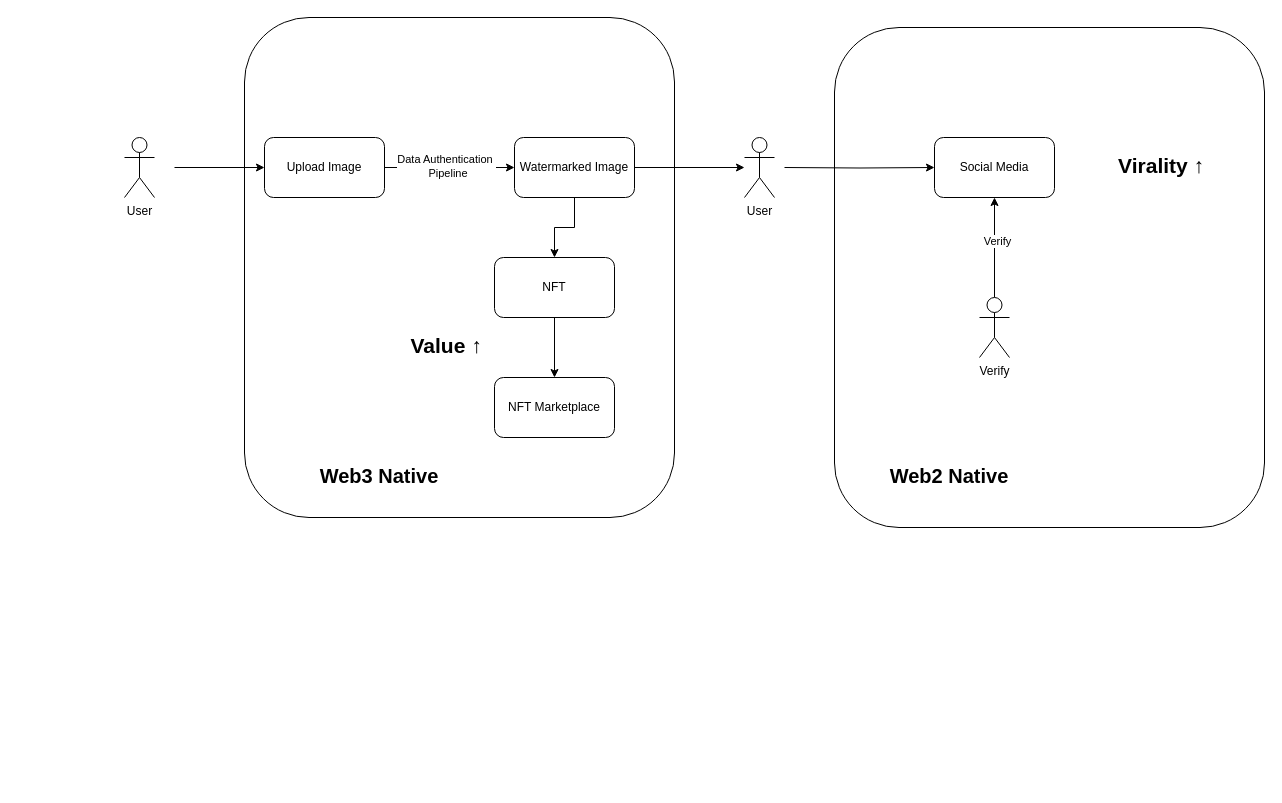
Before: page "Architecture" (1 of 3) of Project.drawio in ChanX21/Project-Diagrams, a draw.io diagram. Source tidied: cells renumbered, new cells numbered last; positions are measured from the earlier drawing's top-left corner, leaving out a move shared by most shapes. Both pictures are drawn from the tidied source at 100%, with x=0, y=0 at pixel (124, 17).
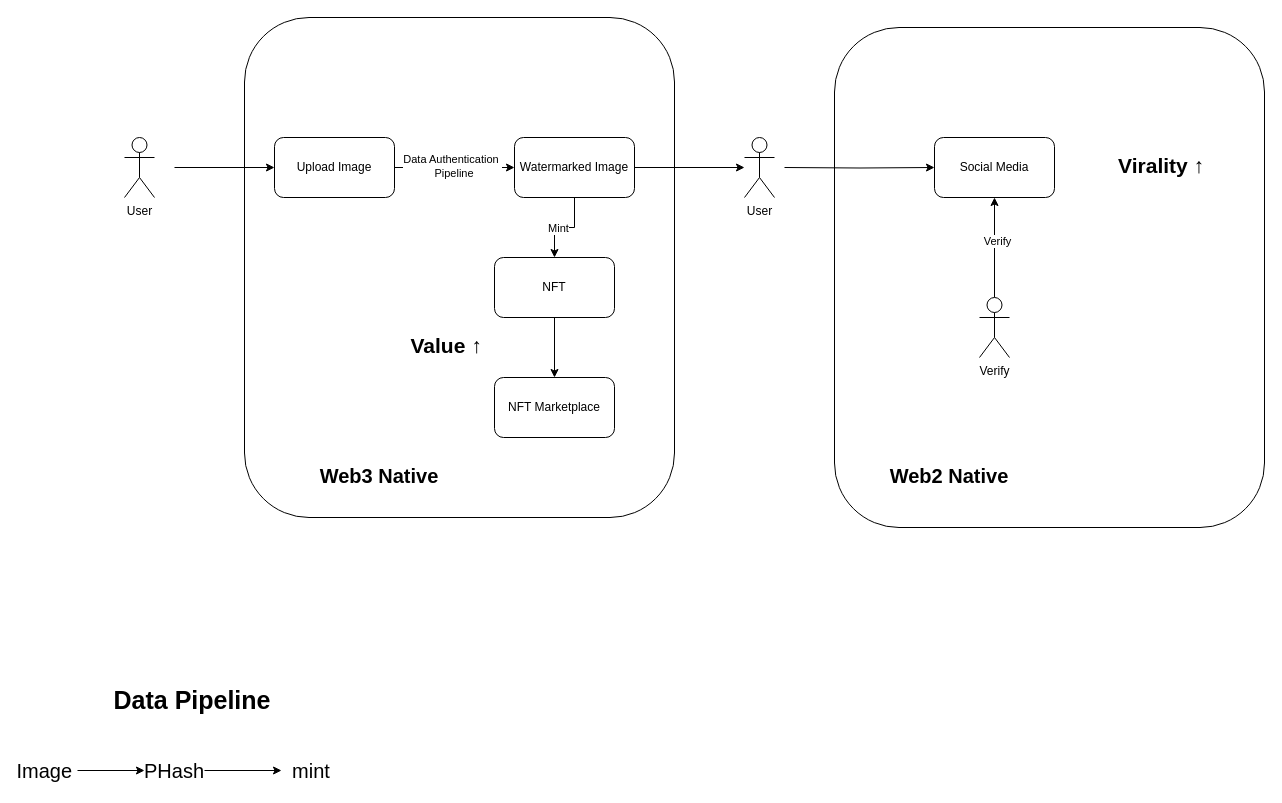
Above is the later version.

The change refers to these unchanged cells:
```xml
<mxCell id="7" style="edgeStyle=orthogonalEdgeStyle;rounded=0;jettySize=auto;html=1;exitX=0.5;exitY=1;exitDx=0;exitDy=0;entryX=0.5;entryY=0;entryDx=0;entryDy=0;" parent="1" edge="1" source="9" target="11">
  <mxGeometry relative="1" as="geometry" />
</mxCell>
```

Diff of the diagram source:
```diff
@@
     <mxCell id="6" value="Upload Image" style="rounded=1;whiteSpace=wrap;html=1;" parent="1" vertex="1">
-      <mxGeometry x="140" y="120" width="120" height="60" as="geometry" />
+      <mxGeometry x="150" y="120" width="120" height="60" as="geometry" />
     </mxCell>
@@
+    <mxCell id="25" value="Mint" style="edgeLabel;html=1;align=center;verticalAlign=middle;" parent="7" vertex="1">
+      <mxGeometry x="0.17" relative="1" as="geometry" />
+    </mxCell>
@@
+    <mxCell id="26" value="Data Pipeline" style="text;html=1;align=center;verticalAlign=middle;whiteSpace=wrap;rounded=0;fontStyle=1;fontSize=25;" parent="1" vertex="1">
+      <mxGeometry x="-57" y="667" width="250" height="30" as="geometry" />
+    </mxCell>
+    <mxCell id="27" style="edgeStyle=orthogonalEdgeStyle;rounded=0;jettySize=auto;html=1;exitX=1;exitY=0.5;exitDx=0;exitDy=0;entryX=0;entryY=0.5;entryDx=0;entryDy=0;" parent="1" edge="1" source="28" target="30">
+      <mxGeometry relative="1" as="geometry" />
+    </mxCell>
+    <mxCell id="28" value="&lt;font style=&quot;font-size: 20px;&quot;&gt;Image&amp;nbsp;&lt;/font&gt;" style="text;html=1;align=center;verticalAlign=middle;whiteSpace=wrap;rounded=0;" parent="1" vertex="1">
+      <mxGeometry x="-107" y="738" width="60" height="30" as="geometry" />
+    </mxCell>
+    <mxCell id="29" style="edgeStyle=orthogonalEdgeStyle;rounded=0;jettySize=auto;html=1;exitX=1;exitY=0.5;exitDx=0;exitDy=0;entryX=0;entryY=0.5;entryDx=0;entryDy=0;" parent="1" edge="1" source="30" target="31">
+      <mxGeometry relative="1" as="geometry" />
+    </mxCell>
+    <mxCell id="30" value="&lt;font style=&quot;font-size: 20px;&quot;&gt;PHash&lt;/font&gt;" style="text;html=1;align=center;verticalAlign=middle;whiteSpace=wrap;rounded=0;" parent="1" vertex="1">
+      <mxGeometry x="20" y="738" width="60" height="30" as="geometry" />
+    </mxCell>
+    <mxCell id="31" value="&lt;font style=&quot;font-size: 20px;&quot;&gt;mint&lt;/font&gt;" style="text;html=1;align=center;verticalAlign=middle;whiteSpace=wrap;rounded=0;" parent="1" vertex="1">
+      <mxGeometry x="157" y="738" width="60" height="30" as="geometry" />
+    </mxCell>
```
